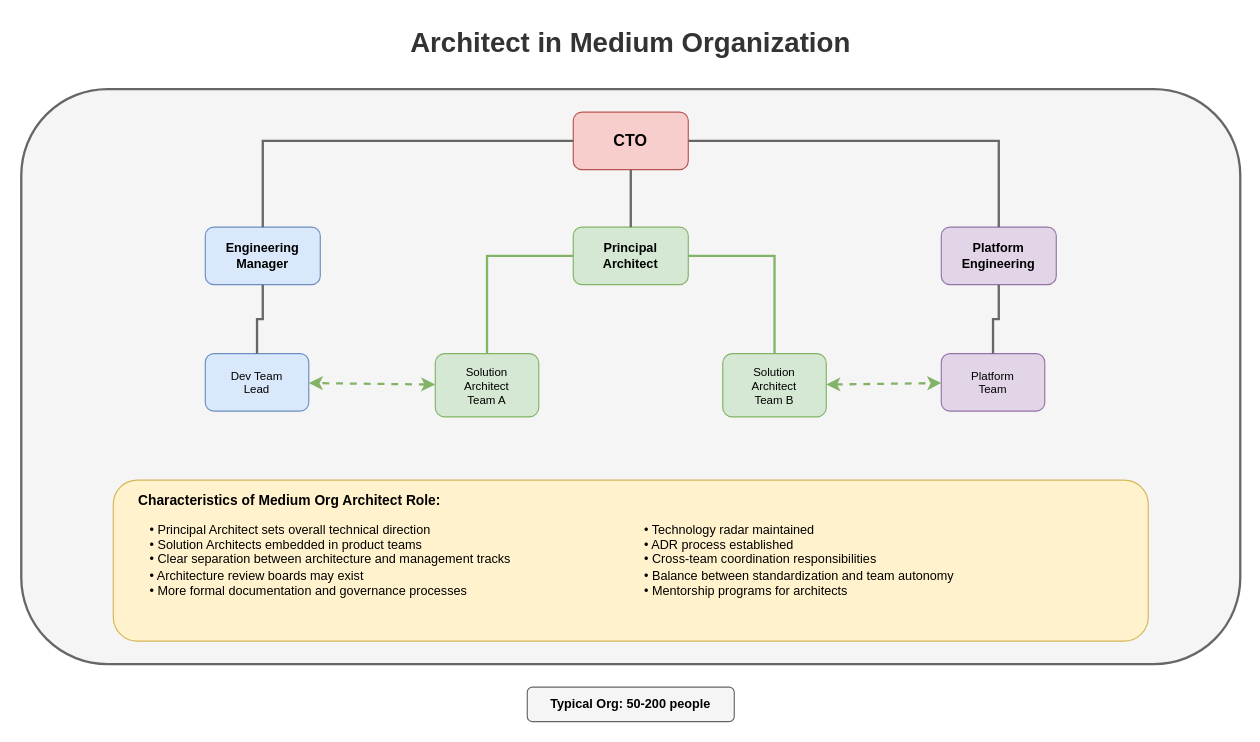
Above: lesson-00-software-architect-overview/diagrams/2.2-org-structure-medium.drawio in MrParkerZ7/document-lesson-software-architect-x-claude (draw.io), before the change. Source tidied: cells renumbered, new cells numbered last; positions are measured from the earlier drawing's top-left corner, leaving out a move shared by most shapes. Both pictures are drawn from the tidied source at 115%, with x=0, y=0 at pixel (21, 20).
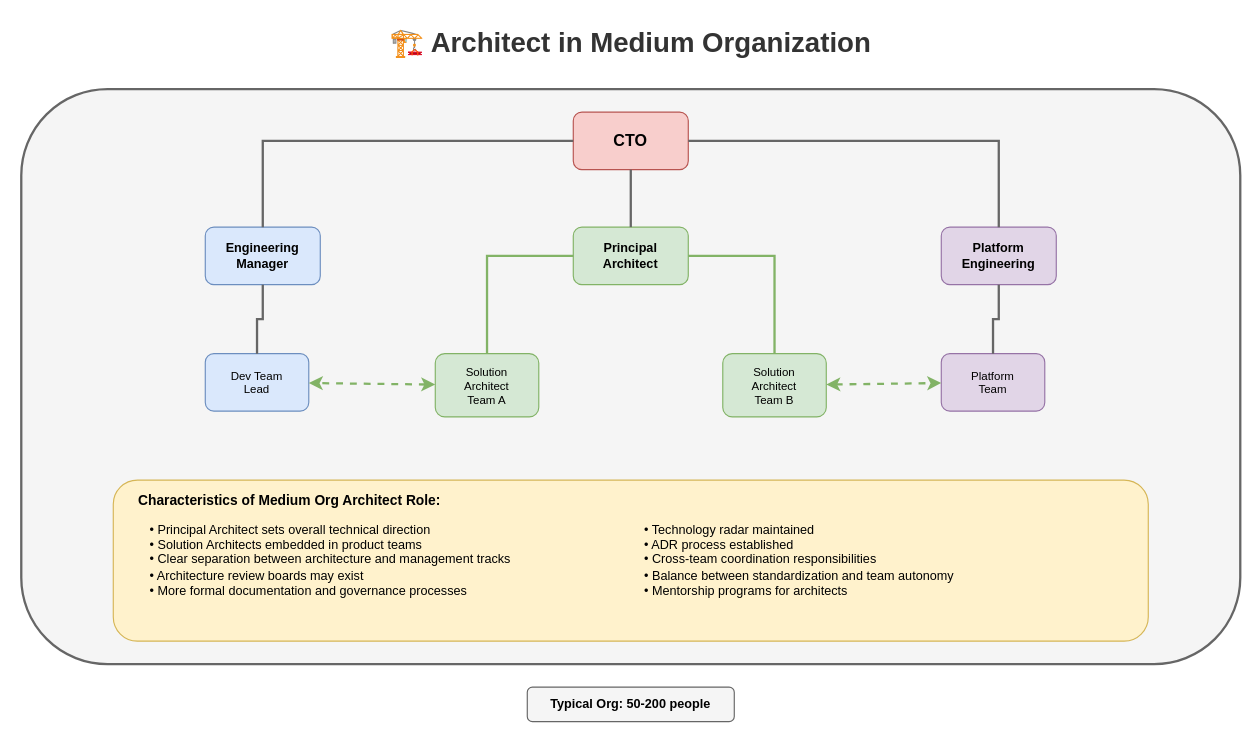
Above is the later version.

The edit, as a diff of the source:
```diff
@@
-    <mxCell id="2" value="Architect in Medium Organization" style="text;html=1;strokeColor=none;fillColor=none;align=center;verticalAlign=middle;whiteSpace=wrap;rounded=0;fontSize=24;fontStyle=1;fontColor=#333333;" parent="1" vertex="1">
+    <mxCell id="2" value="🏗️ Architect in Medium Organization" style="text;html=1;strokeColor=none;fillColor=none;align=center;verticalAlign=middle;whiteSpace=wrap;rounded=0;fontSize=24;fontStyle=1;fontColor=#333333;" parent="1" vertex="1">
       <mxGeometry x="280" width="500" height="40" as="geometry" />
     </mxCell>
```
